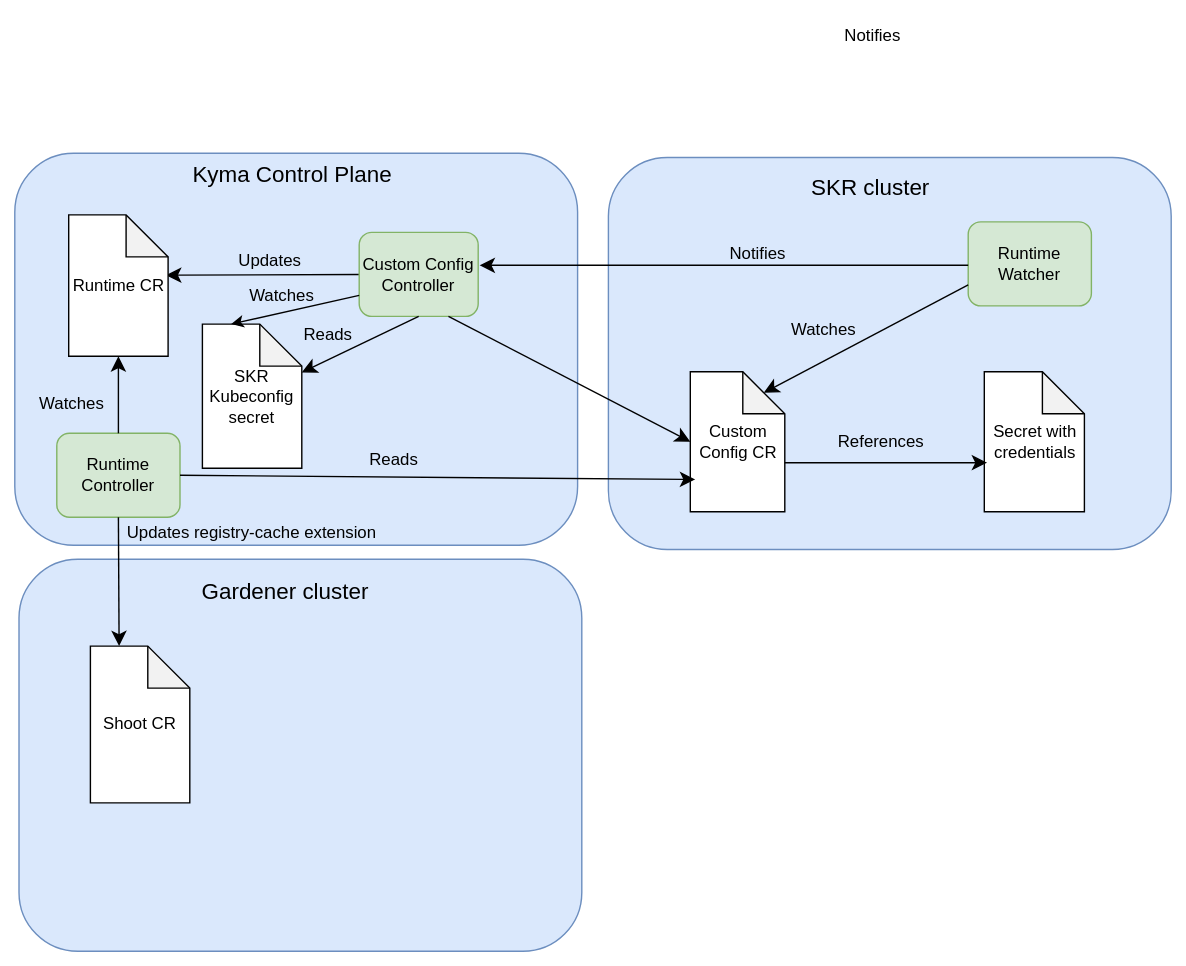
Earlier version of the draw.io export docs/adr/assets/caching-in-kim.drawio.svg (kyma-project/kyma-infrastructure-manager). Source tidied: cells renumbered, new cells last; positions are measured from the earlier drawing's top-left corner, leaving out a move shared by most shapes.
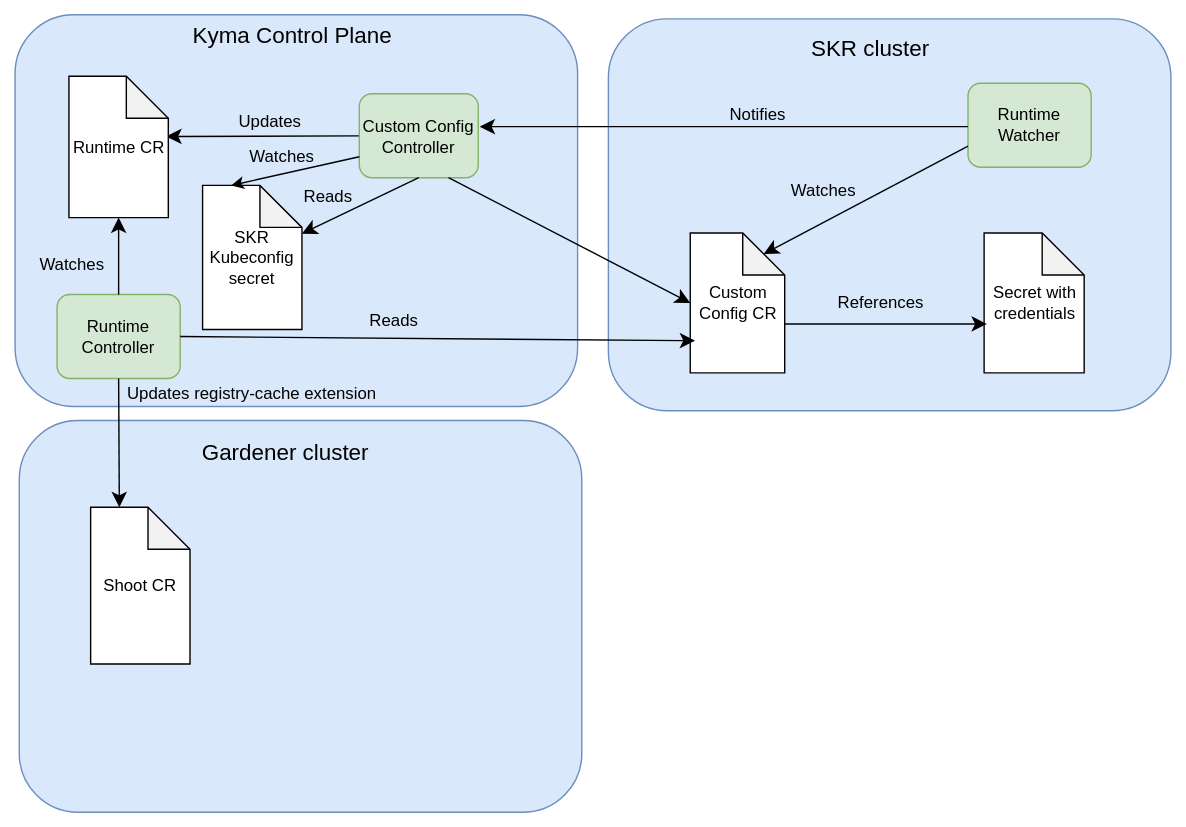
Above is the later version.

Diff of the diagram source:
```diff
@@ -85,9 +85,6 @@
     <mxCell id="25" value="Updates registry-cache extension" style="text;html=1;align=center;verticalAlign=middle;whiteSpace=wrap;rounded=0;" parent="1" vertex="1">
       <mxGeometry x="67" y="355" width="205" height="30" as="geometry" />
     </mxCell>
-    <mxCell id="26" value="Notifies" style="text;html=1;align=center;verticalAlign=middle;whiteSpace=wrap;rounded=0;" parent="1" vertex="1">
-      <mxGeometry x="583" width="60" height="30" as="geometry" />
-    </mxCell>
     <mxCell id="27" value="Updates" style="text;html=1;align=center;verticalAlign=middle;whiteSpace=wrap;rounded=0;" parent="1" vertex="1">
       <mxGeometry x="134" y="161" width="97" height="30" as="geometry" />
     </mxCell>
```
